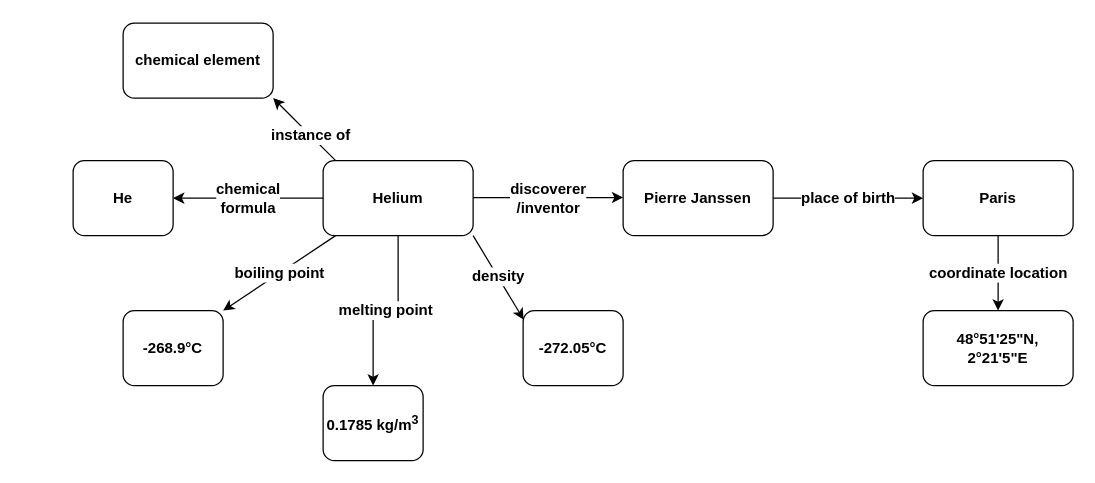
AnasShahab/querying-wikidata-with-graphQL keeps this draw.io diagram as report/images/del_graph.drawio. Above is the earlier version. Source tidied: cells renumbered, new cells numbered last; positions are measured from the earlier drawing's top-left corner, leaving out a move shared by most shapes. Both pictures are drawn from the tidied source at 125%, with x=0, y=0 at pixel (72, 22).
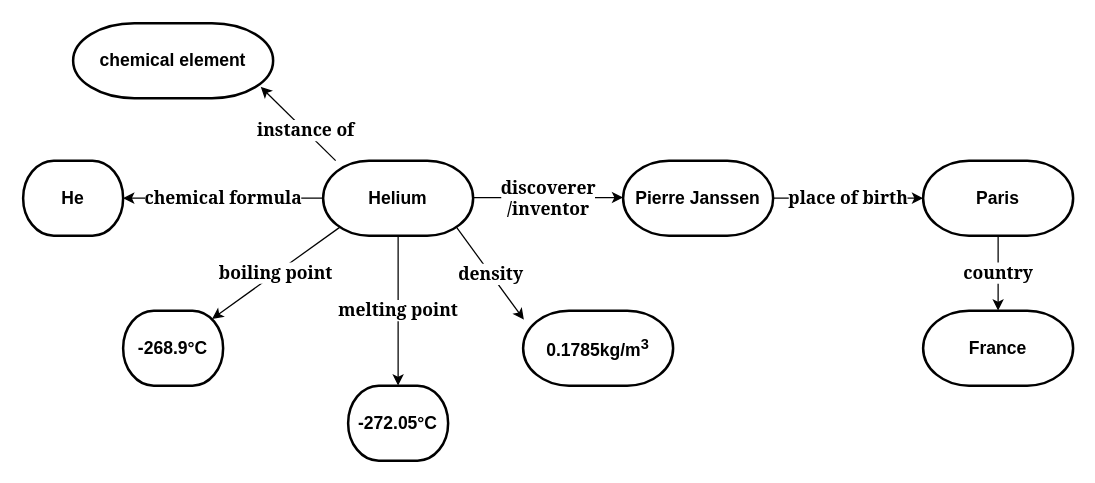
The same diagram, later.

Change to the diagram source:
```diff
@@
-    <mxCell id="2" value="&lt;b&gt;melting point&lt;/b&gt;" style="edgeStyle=orthogonalEdgeStyle;rounded=0;jettySize=auto;html=1;fontSize=12;" parent="1" edge="1" source="4" target="9">
+    <mxCell id="2" value="&lt;b&gt;&lt;font face=&quot;Georgia&quot; style=&quot;font-size: 14px;&quot;&gt;melting point&lt;/font&gt;&lt;/b&gt;" style="edgeStyle=orthogonalEdgeStyle;rounded=0;jettySize=auto;html=1;fontSize=12;" parent="1" edge="1" source="4" target="9">
       <mxGeometry relative="1" as="geometry" />
     </mxCell>
-    <mxCell id="3" value="&lt;b&gt;discoverer&lt;br&gt;/inventor&lt;/b&gt;" style="edgeStyle=orthogonalEdgeStyle;rounded=0;orthogonalLoop=1;jettySize=auto;html=1;fontSize=12;" parent="1" edge="1">
+    <mxCell id="3" value="&lt;b style=&quot;font-size: 14px;&quot;&gt;&lt;font face=&quot;Georgia&quot;&gt;discoverer&lt;br&gt;/inventor&lt;/font&gt;&lt;/b&gt;" style="edgeStyle=orthogonalEdgeStyle;rounded=0;orthogonalLoop=1;jettySize=auto;html=1;fontSize=12;" parent="1" edge="1">
       <mxGeometry relative="1" as="geometry">
         <mxPoint x="320" y="139.5" as="sourcePoint" />
         <mxPoint x="440" y="139.5" as="targetPoint" />
       </mxGeometry>
     </mxCell>
-    <mxCell id="4" value="&lt;b&gt;Helium&lt;/b&gt;" style="rounded=1;whiteSpace=wrap;html=1;" parent="1" vertex="1">
+    <mxCell id="4" value="&lt;b&gt;&lt;font style=&quot;font-size: 14px;&quot;&gt;Helium&lt;/font&gt;&lt;/b&gt;" style="strokeWidth=2;html=1;shape=mxgraph.flowchart.terminator;whiteSpace=wrap;" parent="1" vertex="1">
       <mxGeometry x="200" y="110" width="120" height="60" as="geometry" />
     </mxCell>
-    <mxCell id="5" value="&lt;b&gt;He&lt;/b&gt;" style="rounded=1;whiteSpace=wrap;html=1;" parent="1" vertex="1">
-      <mxGeometry y="110" width="80" height="60" as="geometry" />
+    <mxCell id="5" value="&lt;b&gt;&lt;font style=&quot;font-size: 14px;&quot;&gt;He&lt;/font&gt;&lt;/b&gt;" style="strokeWidth=2;html=1;shape=mxgraph.flowchart.terminator;whiteSpace=wrap;" parent="1" vertex="1">
+      <mxGeometry x="-40" y="110" width="80" height="60" as="geometry" />
     </mxCell>
-    <mxCell id="6" value="&lt;b&gt;chemical element&lt;/b&gt;" style="rounded=1;whiteSpace=wrap;html=1;" parent="1" vertex="1">
-      <mxGeometry x="40" width="120" height="60" as="geometry" />
+    <mxCell id="6" value="&lt;b&gt;&lt;font style=&quot;font-size: 14px;&quot;&gt;chemical element&lt;/font&gt;&lt;/b&gt;" style="strokeWidth=2;html=1;shape=mxgraph.flowchart.terminator;whiteSpace=wrap;" parent="1" vertex="1">
+      <mxGeometry width="160" height="60" as="geometry" />
     </mxCell>
-    <mxCell id="7" value="&lt;b&gt;-268.9°C&lt;/b&gt;" style="rounded=1;whiteSpace=wrap;html=1;" parent="1" vertex="1">
+    <mxCell id="7" value="&lt;b&gt;&lt;font style=&quot;font-size: 14px;&quot;&gt;-268.9°C&lt;/font&gt;&lt;/b&gt;" style="strokeWidth=2;html=1;shape=mxgraph.flowchart.terminator;whiteSpace=wrap;" parent="1" vertex="1">
       <mxGeometry x="40" y="230" width="80" height="60" as="geometry" />
     </mxCell>
-    <mxCell id="8" value="&lt;b&gt;-272.05°C&lt;/b&gt;" style="rounded=1;whiteSpace=wrap;html=1;" parent="1" vertex="1">
-      <mxGeometry x="360" y="230" width="80" height="60" as="geometry" />
+    <mxCell id="8" value="&lt;b style=&quot;border-color: var(--border-color); font-size: 14px;&quot;&gt;0.1785kg/m&lt;sup style=&quot;border-color: var(--border-color);&quot;&gt;3&lt;/sup&gt;&lt;/b&gt;&lt;b&gt;&lt;font style=&quot;font-size: 14px;&quot;&gt;&lt;br&gt;&lt;/font&gt;&lt;/b&gt;" style="strokeWidth=2;html=1;shape=mxgraph.flowchart.terminator;whiteSpace=wrap;" parent="1" vertex="1">
+      <mxGeometry x="360" y="230" width="120" height="60" as="geometry" />
     </mxCell>
-    <mxCell id="9" value="&lt;b&gt;0.1785 kg/m&lt;sup&gt;3&lt;/sup&gt;&lt;/b&gt;" style="rounded=1;whiteSpace=wrap;html=1;" parent="1" vertex="1">
-      <mxGeometry x="200" y="290" width="80" height="60" as="geometry" />
+    <mxCell id="9" value="&lt;b style=&quot;border-color: var(--border-color);&quot;&gt;&lt;font style=&quot;border-color: var(--border-color); font-size: 14px;&quot;&gt;-272.05°C&lt;/font&gt;&lt;/b&gt;" style="strokeWidth=2;html=1;shape=mxgraph.flowchart.terminator;whiteSpace=wrap;" parent="1" vertex="1">
+      <mxGeometry x="220" y="290" width="80" height="60" as="geometry" />
     </mxCell>
-    <mxCell id="10" value="&lt;b&gt;coordinate location&lt;/b&gt;" style="edgeStyle=orthogonalEdgeStyle;rounded=0;jettySize=auto;html=1;fontSize=12;" parent="1" edge="1" source="11" target="14">
+    <mxCell id="10" value="&lt;b&gt;&lt;font face=&quot;Georgia&quot; style=&quot;font-size: 14px;&quot;&gt;country&lt;/font&gt;&lt;/b&gt;" style="edgeStyle=orthogonalEdgeStyle;rounded=0;jettySize=auto;html=1;fontSize=12;" parent="1" edge="1" source="11" target="14">
       <mxGeometry relative="1" as="geometry" />
     </mxCell>
-    <mxCell id="11" value="&lt;b&gt;Paris&lt;/b&gt;" style="rounded=1;whiteSpace=wrap;html=1;" parent="1" vertex="1">
+    <mxCell id="11" value="&lt;b&gt;&lt;font style=&quot;font-size: 14px;&quot;&gt;Paris&lt;/font&gt;&lt;/b&gt;" style="strokeWidth=2;html=1;shape=mxgraph.flowchart.terminator;whiteSpace=wrap;" parent="1" vertex="1">
       <mxGeometry x="680" y="110" width="120" height="60" as="geometry" />
     </mxCell>
-    <mxCell id="12" value="&lt;b&gt;place of birth&lt;/b&gt;" style="edgeStyle=orthogonalEdgeStyle;rounded=0;jettySize=auto;html=1;fontSize=12;" parent="1" edge="1" source="13" target="11">
-      <mxGeometry relative="1" as="geometry" />
+    <mxCell id="12" value="&lt;b&gt;&lt;font face=&quot;Georgia&quot; style=&quot;font-size: 14px;&quot;&gt;place of birth&lt;/font&gt;&lt;/b&gt;" style="edgeStyle=orthogonalEdgeStyle;rounded=0;jettySize=auto;html=1;fontSize=12;" parent="1" edge="1" source="13" target="11">
+      <mxGeometry relative="1" as="geometry">
+        <Array as="points">
+          <mxPoint x="620" y="140" />
+          <mxPoint x="620" y="140" />
+        </Array>
+      </mxGeometry>
     </mxCell>
-    <mxCell id="13" value="&lt;b&gt;Pierre Janssen&lt;/b&gt;" style="rounded=1;whiteSpace=wrap;html=1;" parent="1" vertex="1">
+    <mxCell id="13" value="&lt;b&gt;&lt;font style=&quot;font-size: 14px;&quot;&gt;Pierre Janssen&lt;/font&gt;&lt;/b&gt;" style="strokeWidth=2;html=1;shape=mxgraph.flowchart.terminator;whiteSpace=wrap;" parent="1" vertex="1">
       <mxGeometry x="440" y="110" width="120" height="60" as="geometry" />
     </mxCell>
-    <mxCell id="14" value="&lt;font style=&quot;background: none rgb(255 , 255 , 255) ; font-family: sans-serif ; font-size: 12px&quot;&gt;&lt;b&gt;48°51'25&quot;N, &lt;br&gt;2°21'5&quot;E&lt;/b&gt;&lt;/font&gt;" style="rounded=1;whiteSpace=wrap;html=1;fontSize=12;" parent="1" vertex="1">
+    <mxCell id="14" value="&lt;font face=&quot;sans-serif&quot;&gt;&lt;span style=&quot;font-size: 14px; background-color: rgb(255, 255, 255);&quot;&gt;&lt;b&gt;France&lt;/b&gt;&lt;/span&gt;&lt;/font&gt;" style="strokeWidth=2;html=1;shape=mxgraph.flowchart.terminator;whiteSpace=wrap;" parent="1" vertex="1">
       <mxGeometry x="680" y="230" width="120" height="60" as="geometry" />
     </mxCell>
-    <mxCell id="15" value="&lt;b&gt;chemical &lt;br&gt;formula&lt;/b&gt;" style="endArrow=classic;html=1;rounded=0;fontSize=12;exitX=0;exitY=0.5;exitDx=0;exitDy=0;entryX=1;entryY=0.5;entryDx=0;entryDy=0;" parent="1" edge="1" source="4" target="5">
+    <mxCell id="15" value="&lt;b style=&quot;font-size: 14px;&quot;&gt;&lt;font face=&quot;Georgia&quot;&gt;chemical formula&lt;/font&gt;&lt;/b&gt;" style="endArrow=classic;html=1;rounded=0;fontSize=12;exitX=0;exitY=0.5;exitDx=0;exitDy=0;entryX=1;entryY=0.5;entryDx=0;entryDy=0;" parent="1" edge="1" source="4" target="5">
       <mxGeometry relative="1" as="geometry" />
     </mxCell>
-    <mxCell id="16" value="&lt;b&gt;instance of&lt;/b&gt;" style="endArrow=classic;html=1;rounded=0;fontSize=12;entryX=1;entryY=1;entryDx=0;entryDy=0;" parent="1" edge="1" target="6">
+    <mxCell id="16" value="&lt;b&gt;&lt;font face=&quot;Georgia&quot; style=&quot;font-size: 14px;&quot;&gt;instance of&lt;/font&gt;&lt;/b&gt;" style="endArrow=classic;html=1;rounded=0;fontSize=12;entryX=0.938;entryY=0.85;entryDx=0;entryDy=0;entryPerimeter=0;" parent="1" edge="1" target="6">
       <mxGeometry x="-0.2" relative="1" as="geometry">
         <mxPoint x="210" y="110" as="sourcePoint" />
       </mxGeometry>
     </mxCell>
-    <mxCell id="17" value="&lt;b&gt;boiling point&lt;/b&gt;" style="endArrow=classic;html=1;rounded=0;fontSize=12;entryX=1;entryY=0;entryDx=0;entryDy=0;" parent="1" edge="1" target="7">
-      <mxGeometry relative="1" as="geometry">
-        <mxPoint x="210" y="170" as="sourcePoint" />
-      </mxGeometry>
+    <mxCell id="17" value="&lt;b&gt;&lt;font face=&quot;Georgia&quot; style=&quot;font-size: 14px;&quot;&gt;boiling point&lt;/font&gt;&lt;/b&gt;" style="endArrow=classic;html=1;rounded=0;fontSize=12;entryX=0.89;entryY=0.11;entryDx=0;entryDy=0;exitX=0.11;exitY=0.89;exitDx=0;exitDy=0;exitPerimeter=0;entryPerimeter=0;" parent="1" edge="1" source="4" target="7">
+      <mxGeometry relative="1" as="geometry" />
     </mxCell>
-    <mxCell id="18" value="&lt;b&gt;density&lt;/b&gt;" style="endArrow=classic;html=1;rounded=0;fontSize=12;exitX=1;exitY=1;exitDx=0;exitDy=0;entryX=0.005;entryY=0.12;entryDx=0;entryDy=0;entryPerimeter=0;" parent="1" edge="1" source="4" target="8">
+    <mxCell id="18" value="&lt;b&gt;&lt;font face=&quot;Georgia&quot; style=&quot;font-size: 14px;&quot;&gt;density&lt;/font&gt;&lt;/b&gt;" style="endArrow=classic;html=1;rounded=0;fontSize=12;exitX=0.89;exitY=0.89;exitDx=0;exitDy=0;entryX=0.005;entryY=0.12;entryDx=0;entryDy=0;entryPerimeter=0;exitPerimeter=0;" parent="1" edge="1" source="4" target="8">
       <mxGeometry relative="1" as="geometry" />
     </mxCell>
```
